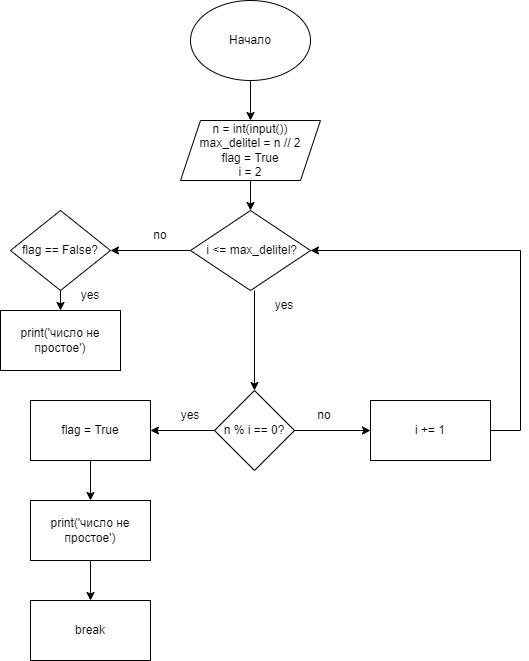
Earlier version of the draw.io export img/блок_схема.png (Darya9999/Ex_1). Source tidied: cells renumbered, new cells last; positions are measured from the earlier drawing's top-left corner, leaving out a move shared by most shapes.
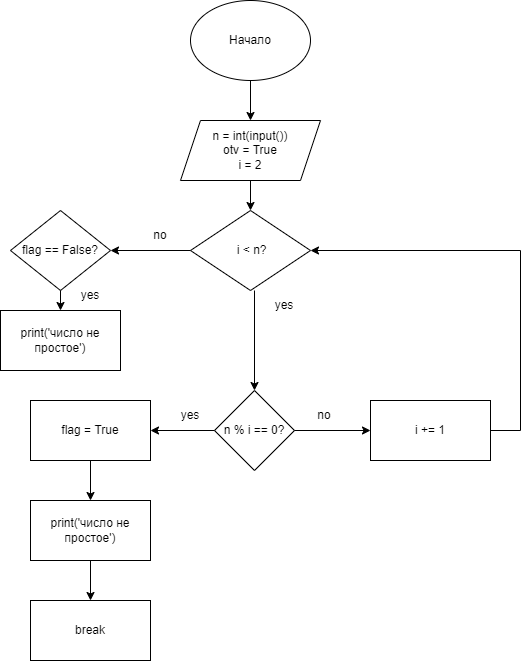
Later version of the same file.

Commit message:
Добавлена блок-схема

Diff of the diagram source:
```diff
@@ -5,7 +5,7 @@
     <mxCell id="2" value="Начало" style="ellipse;whiteSpace=wrap;html=1;" parent="1" vertex="1">
       <mxGeometry x="190" width="120" height="80" as="geometry" />
     </mxCell>
-    <mxCell id="3" value="n = int(input())&lt;br&gt;max_delitel = n // 2&lt;br&gt;flag = True&lt;br&gt;i = 2" style="shape=parallelogram;perimeter=parallelogramPerimeter;whiteSpace=wrap;html=1;fixedSize=1;" parent="1" vertex="1">
+    <mxCell id="3" value="n = int(input())&lt;br&gt;otv = True&lt;br&gt;i = 2" style="shape=parallelogram;perimeter=parallelogramPerimeter;whiteSpace=wrap;html=1;fixedSize=1;" parent="1" vertex="1">
       <mxGeometry x="180" y="120" width="140" height="60" as="geometry" />
     </mxCell>
     <mxCell id="4" style="endArrow=classic;html=1;rounded=0;exitX=0.5;exitY=1;exitDx=0;exitDy=0;" parent="1" edge="1" source="2" target="3">
@@ -57,7 +57,7 @@
         </Array>
       </mxGeometry>
     </mxCell>
-    <mxCell id="18" value="&amp;nbsp;i &amp;lt;= max_delitel?" style="rhombus;whiteSpace=wrap;html=1;" parent="1" vertex="1">
+    <mxCell id="18" value="&amp;nbsp;i &amp;lt; n?" style="rhombus;whiteSpace=wrap;html=1;" parent="1" vertex="1">
       <mxGeometry x="190" y="210" width="120" height="80" as="geometry" />
     </mxCell>
     <mxCell id="19" style="endArrow=classic;html=1;rounded=0;exitX=0.5;exitY=1;exitDx=0;exitDy=0;" parent="1" edge="1" source="3" target="18">
```
